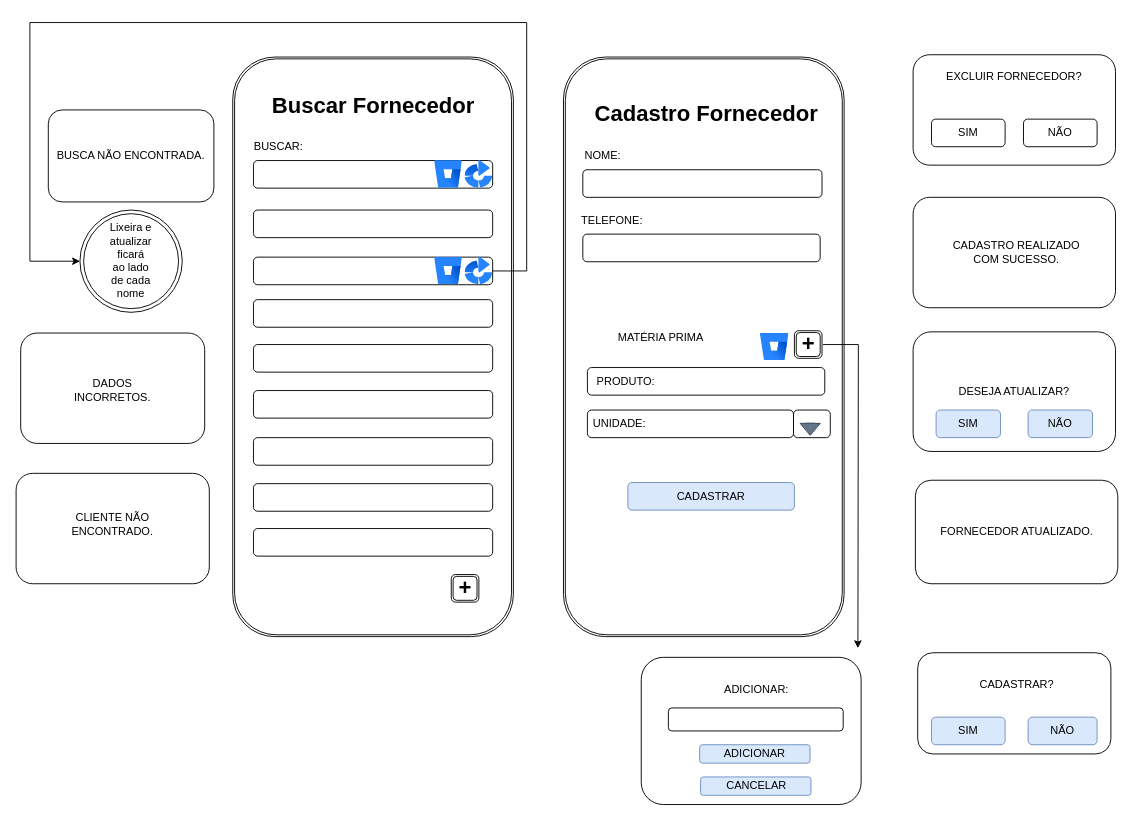
Earlier version of the draw.io diagram page "Página-3" (4 of 14) of DOC/tela.drawio (rafaelareisilva/avatar.app). Source tidied: cells renumbered, new cells numbered last; positions are measured from the earlier drawing's top-left corner, leaving out a move shared by most shapes. Both pictures are drawn from the tidied source at 92%, with x=0, y=0 at pixel (16, 22).
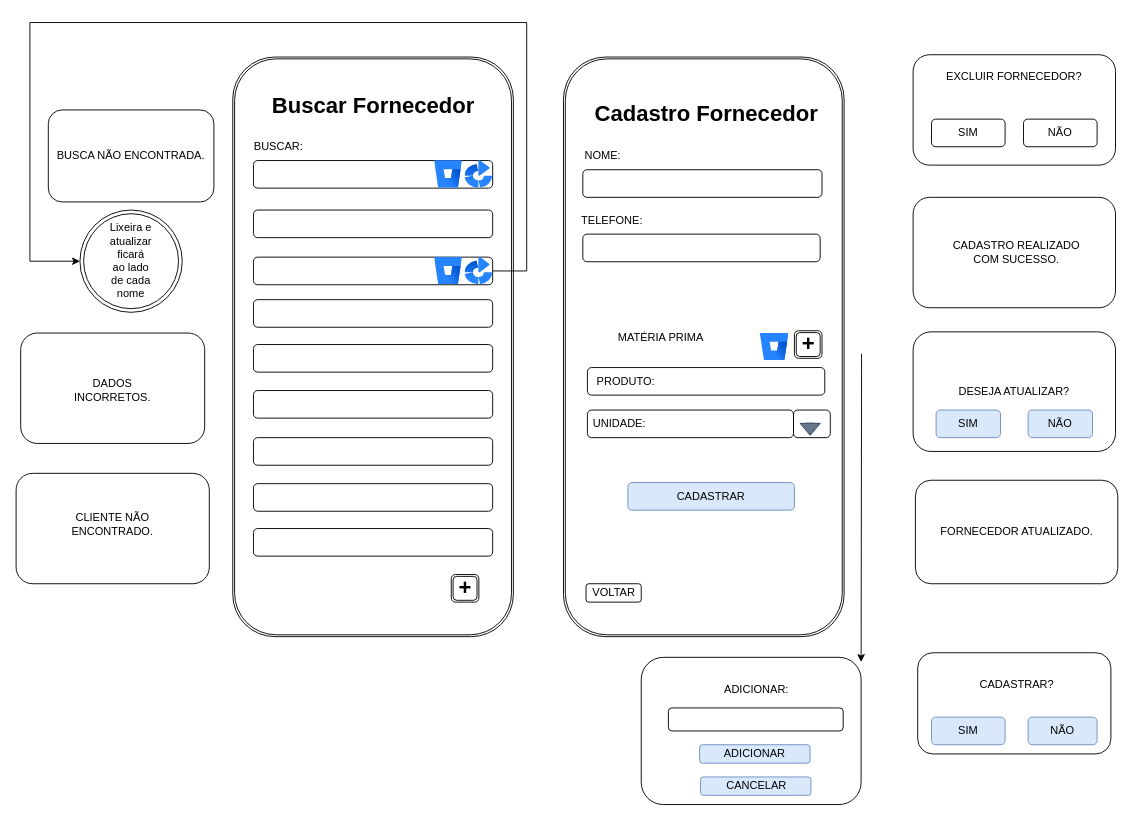
After the change.

Unchanged cells that the change refers to:
```xml
<mxCell id="28" value="+" style="text;strokeColor=none;fillColor=none;html=1;fontSize=24;fontStyle=1;verticalAlign=middle;align=center;" parent="1" vertex="1">
  <mxGeometry x="845" y="340.6" width="32" height="18.8" as="geometry" />
</mxCell>
```

The edit, as a diff of the source:
```diff
@@
-    <mxCell id="27" style="edgeStyle=orthogonalEdgeStyle;rounded=0;jettySize=auto;html=1;" parent="1" edge="1" source="28">
+    <mxCell id="27" style="edgeStyle=orthogonalEdgeStyle;rounded=0;orthogonalLoop=1;jettySize=auto;html=1;" parent="1" edge="1">
       <mxGeometry relative="1" as="geometry">
-        <mxPoint x="915" y="680" as="targetPoint" />
+        <mxPoint x="919" y="360" as="sourcePoint" />
+        <mxPoint x="918.5" y="695" as="targetPoint" />
+        <Array as="points">
+          <mxPoint x="919.5" y="365" />
+        </Array>
       </mxGeometry>
     </mxCell>
@@
+    <mxCell id="67" value="VOLTAR" style="rounded=1;whiteSpace=wrap;html=1;" parent="1" vertex="1">
+      <mxGeometry x="619.5" y="610" width="60" height="20" as="geometry" />
+    </mxCell>
```
